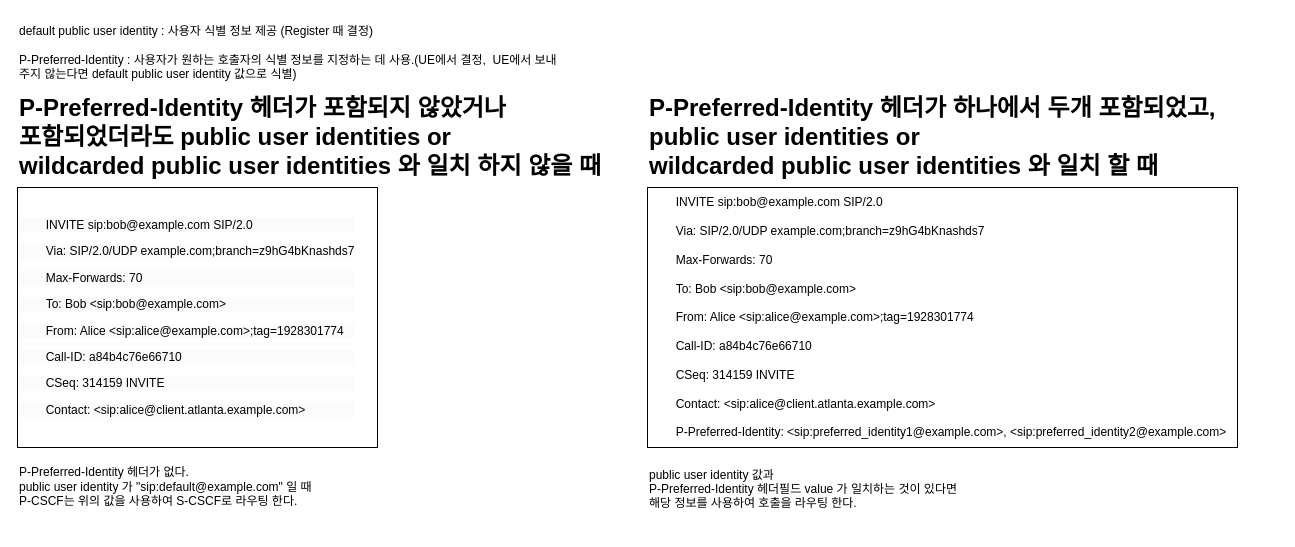
JaeHyeon774/NEWTIL keeps this draw.io diagram as 3gpp.24.229.i40.drawio. Above is the earlier version. Source tidied: cells renumbered, new cells numbered last; positions are measured from the earlier drawing's top-left corner, leaving out a move shared by most shapes. Both pictures are drawn from the tidied source at 100%, with x=0, y=0 at pixel (17, 17).
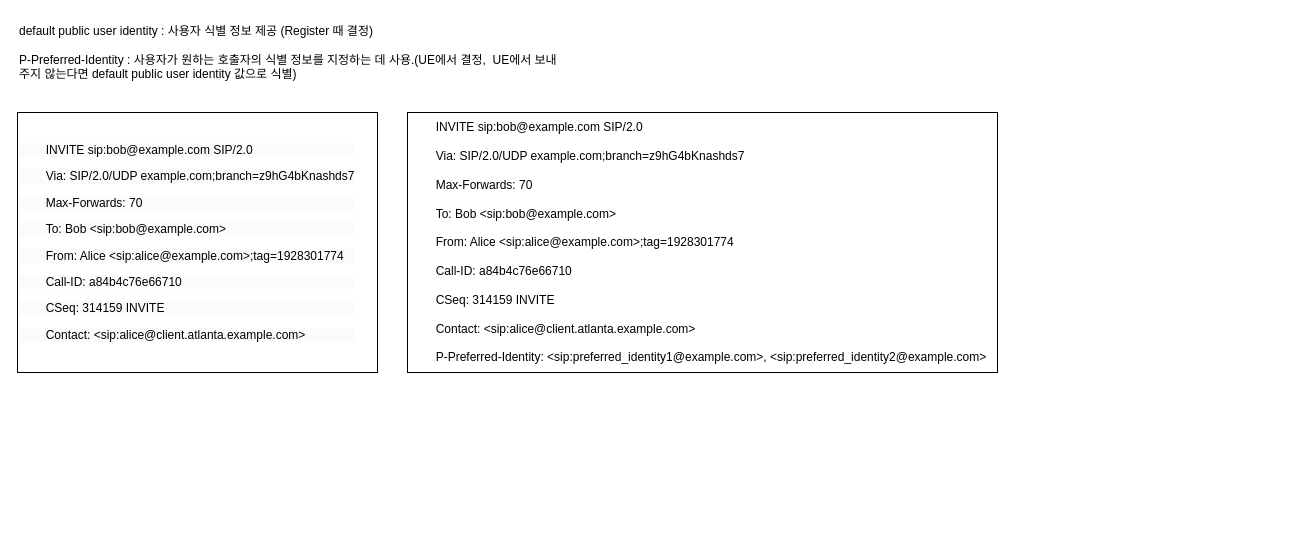
The same page after the edit.

The edit, as a diff of the source:
```diff
@@
 <mxGraphModel>
   <root>
     <mxCell id="0" />
     <mxCell id="1" parent="0" />
     <mxCell id="2" value="default public user identity :&amp;nbsp;사용자 식별 정보 제공 (Register 때 결정)&lt;div&gt;&lt;br&gt;&lt;div&gt;P-Preferred-Identity : 사용자가 원하는 호출자의 식별 정보를 지정하는 데 사용.(UE에서 결정,&amp;nbsp; UE에서 보내 주지 않는다면 default public user identity 값으로 식별)&lt;/div&gt;&lt;/div&gt;" style="text;html=1;align=left;verticalAlign=middle;whiteSpace=wrap;rounded=0;" parent="1" vertex="1">
       <mxGeometry width="550" height="70" as="geometry" />
     </mxCell>
-    <mxCell id="3" style="group;" parent="1" vertex="1">
-      <mxGeometry y="70" width="630" height="440" as="geometry" />
-    </mxCell>
-    <mxCell id="4" value="&lt;h1 style=&quot;margin-top: 0px;&quot;&gt;P-Preferred-Identity 헤더가 포함되지 않았거나&lt;br&gt;포함되었더라도 public user identities or &lt;br&gt;wildcarded public user identities 와 일치 하지 않을 때&amp;nbsp;&amp;nbsp;&lt;/h1&gt;&lt;p&gt;&lt;span style=&quot;white-space: pre;&quot;&gt;&#9;&lt;/span&gt;&lt;br&gt;&lt;/p&gt;&lt;p&gt;&lt;span style=&quot;white-space: pre;&quot;&gt;&lt;span style=&quot;white-space: pre;&quot;&gt;&lt;span style=&quot;white-space: pre;&quot;&gt;&#9;&lt;/span&gt;&#9;&lt;/span&gt;&#9;&lt;/span&gt;&lt;br&gt;&lt;/p&gt;&lt;div&gt;&lt;br&gt;&lt;/div&gt;&lt;div&gt;&lt;br&gt;&lt;/div&gt;&lt;div&gt;&lt;br&gt;&lt;/div&gt;&lt;div&gt;&lt;br&gt;&lt;/div&gt;&lt;div&gt;&lt;br&gt;&lt;/div&gt;&lt;div&gt;&lt;br&gt;&lt;/div&gt;&lt;div&gt;&lt;br&gt;&lt;/div&gt;&lt;div&gt;&lt;br&gt;&lt;/div&gt;&lt;div&gt;&lt;br&gt;&lt;/div&gt;&lt;div&gt;&lt;br&gt;&lt;/div&gt;&lt;div&gt;&lt;br&gt;&lt;/div&gt;&lt;div&gt;&lt;br&gt;&lt;/div&gt;&lt;div&gt;&lt;br&gt;&lt;/div&gt;&lt;div&gt;&lt;br&gt;&lt;/div&gt;&lt;div&gt;&lt;br&gt;&lt;/div&gt;&lt;div&gt;P-Preferred-Identity 헤더가 없다.&lt;/div&gt;&lt;div&gt;public user identity 가 &quot;sip:default@example.com&quot; 일 때&lt;/div&gt;&lt;div&gt;P-CSCF는 위의 값을 사용하여 S-CSCF로 라우팅 한다.&amp;nbsp;&lt;/div&gt;" style="text;html=1;whiteSpace=wrap;overflow=hidden;rounded=0;" parent="3" vertex="1">
-      <mxGeometry width="630" height="440" as="geometry" />
-    </mxCell>
+    <mxCell id="8" value="&lt;div&gt;&lt;div&gt;&lt;span style=&quot;white-space: pre;&quot;&gt;&#9;&lt;/span&gt;INVITE sip:bob@example.com SIP/2.0&lt;/div&gt;&lt;div&gt;&lt;br&gt;&lt;/div&gt;&lt;div&gt;&lt;span style=&quot;white-space: pre;&quot;&gt;&#9;&lt;/span&gt;Via: SIP/2.0/UDP example.com;branch=z9hG4bKnashds7&lt;/div&gt;&lt;div&gt;&lt;br&gt;&lt;/div&gt;&lt;div&gt;&lt;span style=&quot;white-space: pre;&quot;&gt;&#9;&lt;/span&gt;Max-Forwards: 70&lt;/div&gt;&lt;div&gt;&lt;br&gt;&lt;/div&gt;&lt;div&gt;&lt;span style=&quot;white-space: pre;&quot;&gt;&#9;&lt;/span&gt;To: Bob &amp;lt;sip:bob@example.com&amp;gt;&lt;/div&gt;&lt;div&gt;&lt;br&gt;&lt;/div&gt;&lt;div&gt;&lt;span style=&quot;white-space: pre;&quot;&gt;&#9;&lt;/span&gt;From: Alice &amp;lt;sip:alice@example.com&amp;gt;;tag=1928301774&lt;/div&gt;&lt;div&gt;&lt;br&gt;&lt;/div&gt;&lt;div&gt;&lt;span style=&quot;white-space: pre;&quot;&gt;&#9;&lt;/span&gt;Call-ID: a84b4c76e66710&lt;/div&gt;&lt;div&gt;&lt;br&gt;&lt;/div&gt;&lt;div&gt;&lt;span style=&quot;white-space: pre;&quot;&gt;&#9;&lt;/span&gt;CSeq: 314159 INVITE&lt;/div&gt;&lt;div&gt;&lt;br&gt;&lt;/div&gt;&lt;div&gt;&lt;span style=&quot;white-space: pre;&quot;&gt;&#9;&lt;/span&gt;Contact: &amp;lt;sip:alice@client.atlanta.example.com&amp;gt;&lt;/div&gt;&lt;div&gt;&lt;br&gt;&lt;/div&gt;&lt;div&gt;&lt;span style=&quot;white-space: pre;&quot;&gt;&#9;&lt;/span&gt;P-Preferred-Identity: &amp;lt;sip:preferred_identity1@example.com&amp;gt;, &amp;lt;sip:preferred_identity2@example.com&amp;gt;&lt;/div&gt;&lt;/div&gt;" style="rounded=0;whiteSpace=wrap;html=1;align=left;" parent="1" vertex="1">
+      <mxGeometry x="390" y="95" width="590" height="260" as="geometry" />
+    </mxCell>
-    <mxCell id="5" value="&lt;br&gt;&lt;p style=&quot;forced-color-adjust: none; color: rgb(0, 0, 0); font-family: Helvetica; font-size: 12px; font-style: normal; font-variant-ligatures: normal; font-variant-caps: normal; font-weight: 400; letter-spacing: normal; orphans: 2; text-indent: 0px; text-transform: none; widows: 2; word-spacing: 0px; -webkit-text-stroke-width: 0px; white-space: normal; background-color: rgb(251, 251, 251); text-decoration-thickness: initial; text-decoration-style: initial; text-decoration-color: initial;&quot;&gt;&lt;span style=&quot;white-space: pre;&quot;&gt;&#9;&lt;/span&gt;INVITE sip:bob@example.com SIP/2.0&lt;/p&gt;&lt;p style=&quot;forced-color-adjust: none; color: rgb(0, 0, 0); font-family: Helvetica; font-size: 12px; font-style: normal; font-variant-ligatures: normal; font-variant-caps: normal; font-weight: 400; letter-spacing: normal; orphans: 2; text-indent: 0px; text-transform: none; widows: 2; word-spacing: 0px; -webkit-text-stroke-width: 0px; white-space: normal; background-color: rgb(251, 251, 251); text-decoration-thickness: initial; text-decoration-style: initial; text-decoration-color: initial;&quot;&gt;&lt;span style=&quot;white-space: pre;&quot;&gt;&#9;&lt;/span&gt;Via: SIP/2.0/UDP example.com;branch=z9hG4bKnashds7&lt;/p&gt;&lt;p style=&quot;forced-color-adjust: none; color: rgb(0, 0, 0); font-family: Helvetica; font-size: 12px; font-style: normal; font-variant-ligatures: normal; font-variant-caps: normal; font-weight: 400; letter-spacing: normal; orphans: 2; text-indent: 0px; text-transform: none; widows: 2; word-spacing: 0px; -webkit-text-stroke-width: 0px; white-space: normal; background-color: rgb(251, 251, 251); text-decoration-thickness: initial; text-decoration-style: initial; text-decoration-color: initial;&quot;&gt;&lt;span style=&quot;white-space: pre;&quot;&gt;&#9;&lt;/span&gt;Max-Forwards: 70&lt;/p&gt;&lt;p style=&quot;forced-color-adjust: none; color: rgb(0, 0, 0); font-family: Helvetica; font-size: 12px; font-style: normal; font-variant-ligatures: normal; font-variant-caps: normal; font-weight: 400; letter-spacing: normal; orphans: 2; text-indent: 0px; text-transform: none; widows: 2; word-spacing: 0px; -webkit-text-stroke-width: 0px; white-space: normal; background-color: rgb(251, 251, 251); text-decoration-thickness: initial; text-decoration-style: initial; text-decoration-color: initial;&quot;&gt;&lt;span style=&quot;white-space: pre;&quot;&gt;&#9;&lt;/span&gt;To: Bob &amp;lt;sip:bob@example.com&amp;gt;&lt;/p&gt;&lt;p style=&quot;forced-color-adjust: none; color: rgb(0, 0, 0); font-family: Helvetica; font-size: 12px; font-style: normal; font-variant-ligatures: normal; font-variant-caps: normal; font-weight: 400; letter-spacing: normal; orphans: 2; text-indent: 0px; text-transform: none; widows: 2; word-spacing: 0px; -webkit-text-stroke-width: 0px; white-space: normal; background-color: rgb(251, 251, 251); text-decoration-thickness: initial; text-decoration-style: initial; text-decoration-color: initial;&quot;&gt;&lt;span style=&quot;white-space: pre;&quot;&gt;&#9;&lt;/span&gt;From: Alice &amp;lt;sip:alice@example.com&amp;gt;;tag=1928301774&lt;/p&gt;&lt;p style=&quot;forced-color-adjust: none; color: rgb(0, 0, 0); font-family: Helvetica; font-size: 12px; font-style: normal; font-variant-ligatures: normal; font-variant-caps: normal; font-weight: 400; letter-spacing: normal; orphans: 2; text-indent: 0px; text-transform: none; widows: 2; word-spacing: 0px; -webkit-text-stroke-width: 0px; white-space: normal; background-color: rgb(251, 251, 251); text-decoration-thickness: initial; text-decoration-style: initial; text-decoration-color: initial;&quot;&gt;&lt;span style=&quot;white-space: pre;&quot;&gt;&#9;&lt;/span&gt;Call-ID: a84b4c76e66710&lt;/p&gt;&lt;p style=&quot;forced-color-adjust: none; color: rgb(0, 0, 0); font-family: Helvetica; font-size: 12px; font-style: normal; font-variant-ligatures: normal; font-variant-caps: normal; font-weight: 400; letter-spacing: normal; orphans: 2; text-indent: 0px; text-transform: none; widows: 2; word-spacing: 0px; -webkit-text-stroke-width: 0px; white-space: normal; background-color: rgb(251, 251, 251); text-decoration-thickness: initial; text-decoration-style: initial; text-decoration-color: initial;&quot;&gt;&lt;span style=&quot;white-space: pre;&quot;&gt;&#9;&lt;/span&gt;CSeq: 314159 INVITE&lt;/p&gt;&lt;p style=&quot;forced-color-adjust: none; color: rgb(0, 0, 0); font-family: Helvetica; font-size: 12px; font-style: normal; font-variant-ligatures: normal; font-variant-caps: normal; font-weight: 400; letter-spacing: normal; orphans: 2; text-indent: 0px; text-transform: none; widows: 2; word-spacing: 0px; -webkit-text-stroke-width: 0px; white-space: normal; background-color: rgb(251, 251, 251); text-decoration-thickness: initial; text-decoration-style: initial; text-decoration-color: initial;&quot;&gt;&lt;span style=&quot;white-space: pre;&quot;&gt;&#9;&lt;/span&gt;Contact: &amp;lt;sip:alice@client.atlanta.example.com&amp;gt;&lt;/p&gt;&lt;div&gt;&lt;br&gt;&lt;/div&gt;" style="rounded=0;whiteSpace=wrap;html=1;align=left;" parent="3" vertex="1">
-      <mxGeometry y="100" width="360" height="260" as="geometry" />
+    <mxCell id="5" value="&lt;br&gt;&lt;p style=&quot;forced-color-adjust: none; color: rgb(0, 0, 0); font-family: Helvetica; font-size: 12px; font-style: normal; font-variant-ligatures: normal; font-variant-caps: normal; font-weight: 400; letter-spacing: normal; orphans: 2; text-indent: 0px; text-transform: none; widows: 2; word-spacing: 0px; -webkit-text-stroke-width: 0px; white-space: normal; background-color: rgb(251, 251, 251); text-decoration-thickness: initial; text-decoration-style: initial; text-decoration-color: initial;&quot;&gt;&lt;span style=&quot;white-space: pre;&quot;&gt;&#9;&lt;/span&gt;INVITE sip:bob@example.com SIP/2.0&lt;/p&gt;&lt;p style=&quot;forced-color-adjust: none; color: rgb(0, 0, 0); font-family: Helvetica; font-size: 12px; font-style: normal; font-variant-ligatures: normal; font-variant-caps: normal; font-weight: 400; letter-spacing: normal; orphans: 2; text-indent: 0px; text-transform: none; widows: 2; word-spacing: 0px; -webkit-text-stroke-width: 0px; white-space: normal; background-color: rgb(251, 251, 251); text-decoration-thickness: initial; text-decoration-style: initial; text-decoration-color: initial;&quot;&gt;&lt;span style=&quot;white-space: pre;&quot;&gt;&#9;&lt;/span&gt;Via: SIP/2.0/UDP example.com;branch=z9hG4bKnashds7&lt;/p&gt;&lt;p style=&quot;forced-color-adjust: none; color: rgb(0, 0, 0); font-family: Helvetica; font-size: 12px; font-style: normal; font-variant-ligatures: normal; font-variant-caps: normal; font-weight: 400; letter-spacing: normal; orphans: 2; text-indent: 0px; text-transform: none; widows: 2; word-spacing: 0px; -webkit-text-stroke-width: 0px; white-space: normal; background-color: rgb(251, 251, 251); text-decoration-thickness: initial; text-decoration-style: initial; text-decoration-color: initial;&quot;&gt;&lt;span style=&quot;white-space: pre;&quot;&gt;&#9;&lt;/span&gt;Max-Forwards: 70&lt;/p&gt;&lt;p style=&quot;forced-color-adjust: none; color: rgb(0, 0, 0); font-family: Helvetica; font-size: 12px; font-style: normal; font-variant-ligatures: normal; font-variant-caps: normal; font-weight: 400; letter-spacing: normal; orphans: 2; text-indent: 0px; text-transform: none; widows: 2; word-spacing: 0px; -webkit-text-stroke-width: 0px; white-space: normal; background-color: rgb(251, 251, 251); text-decoration-thickness: initial; text-decoration-style: initial; text-decoration-color: initial;&quot;&gt;&lt;span style=&quot;white-space: pre;&quot;&gt;&#9;&lt;/span&gt;To: Bob &amp;lt;sip:bob@example.com&amp;gt;&lt;/p&gt;&lt;p style=&quot;forced-color-adjust: none; color: rgb(0, 0, 0); font-family: Helvetica; font-size: 12px; font-style: normal; font-variant-ligatures: normal; font-variant-caps: normal; font-weight: 400; letter-spacing: normal; orphans: 2; text-indent: 0px; text-transform: none; widows: 2; word-spacing: 0px; -webkit-text-stroke-width: 0px; white-space: normal; background-color: rgb(251, 251, 251); text-decoration-thickness: initial; text-decoration-style: initial; text-decoration-color: initial;&quot;&gt;&lt;span style=&quot;white-space: pre;&quot;&gt;&#9;&lt;/span&gt;From: Alice &amp;lt;sip:alice@example.com&amp;gt;;tag=1928301774&lt;/p&gt;&lt;p style=&quot;forced-color-adjust: none; color: rgb(0, 0, 0); font-family: Helvetica; font-size: 12px; font-style: normal; font-variant-ligatures: normal; font-variant-caps: normal; font-weight: 400; letter-spacing: normal; orphans: 2; text-indent: 0px; text-transform: none; widows: 2; word-spacing: 0px; -webkit-text-stroke-width: 0px; white-space: normal; background-color: rgb(251, 251, 251); text-decoration-thickness: initial; text-decoration-style: initial; text-decoration-color: initial;&quot;&gt;&lt;span style=&quot;white-space: pre;&quot;&gt;&#9;&lt;/span&gt;Call-ID: a84b4c76e66710&lt;/p&gt;&lt;p style=&quot;forced-color-adjust: none; color: rgb(0, 0, 0); font-family: Helvetica; font-size: 12px; font-style: normal; font-variant-ligatures: normal; font-variant-caps: normal; font-weight: 400; letter-spacing: normal; orphans: 2; text-indent: 0px; text-transform: none; widows: 2; word-spacing: 0px; -webkit-text-stroke-width: 0px; white-space: normal; background-color: rgb(251, 251, 251); text-decoration-thickness: initial; text-decoration-style: initial; text-decoration-color: initial;&quot;&gt;&lt;span style=&quot;white-space: pre;&quot;&gt;&#9;&lt;/span&gt;CSeq: 314159 INVITE&lt;/p&gt;&lt;p style=&quot;forced-color-adjust: none; color: rgb(0, 0, 0); font-family: Helvetica; font-size: 12px; font-style: normal; font-variant-ligatures: normal; font-variant-caps: normal; font-weight: 400; letter-spacing: normal; orphans: 2; text-indent: 0px; text-transform: none; widows: 2; word-spacing: 0px; -webkit-text-stroke-width: 0px; white-space: normal; background-color: rgb(251, 251, 251); text-decoration-thickness: initial; text-decoration-style: initial; text-decoration-color: initial;&quot;&gt;&lt;span style=&quot;white-space: pre;&quot;&gt;&#9;&lt;/span&gt;Contact: &amp;lt;sip:alice@client.atlanta.example.com&amp;gt;&lt;/p&gt;&lt;div&gt;&lt;br&gt;&lt;/div&gt;" style="rounded=0;whiteSpace=wrap;html=1;align=left;" parent="1" vertex="1">
+      <mxGeometry y="95" width="360" height="260" as="geometry" />
     </mxCell>
-    <mxCell id="6" style="group;" parent="1" vertex="1">
-      <mxGeometry x="630" y="70" width="630" height="440" as="geometry" />
-    </mxCell>
-    <mxCell id="7" value="&lt;h1 style=&quot;margin-top: 0px;&quot;&gt;P-Preferred-Identity 헤더가 하나에서 두개 포함되었고,&lt;br&gt;public user identities or&lt;br&gt;wildcarded public user identities 와 일치 할 때&lt;span style=&quot;background-color: initial; font-size: 12px; font-weight: normal; white-space: pre;&quot;&gt;&#9;&lt;/span&gt;&lt;/h1&gt;&lt;p&gt;&lt;span style=&quot;white-space: pre;&quot;&gt;&lt;span style=&quot;white-space: pre;&quot;&gt;&lt;span style=&quot;white-space: pre;&quot;&gt;&#9;&lt;/span&gt;&#9;&lt;/span&gt;&#9;&lt;/span&gt;&lt;br&gt;&lt;/p&gt;&lt;div&gt;&lt;br&gt;&lt;/div&gt;&lt;div&gt;&lt;br&gt;&lt;/div&gt;&lt;div&gt;&lt;br&gt;&lt;/div&gt;&lt;div&gt;&lt;br&gt;&lt;/div&gt;&lt;div&gt;&lt;br&gt;&lt;/div&gt;&lt;div&gt;&lt;br&gt;&lt;/div&gt;&lt;div&gt;&lt;br&gt;&lt;/div&gt;&lt;div&gt;&lt;br&gt;&lt;/div&gt;&lt;div&gt;&lt;br&gt;&lt;/div&gt;&lt;div&gt;&lt;br&gt;&lt;/div&gt;&lt;div&gt;&lt;br&gt;&lt;/div&gt;&lt;div&gt;&lt;br&gt;&lt;/div&gt;&lt;div&gt;&lt;br&gt;&lt;/div&gt;&lt;div&gt;&lt;br&gt;&lt;/div&gt;&lt;div&gt;&lt;br&gt;&lt;/div&gt;&lt;div&gt;&lt;br&gt;&lt;/div&gt;&lt;div&gt;&lt;br&gt;&lt;/div&gt;&lt;div&gt;public user identity 값과 &lt;br&gt;P-Preferred-Identity 헤더필드 value 가 일치하는 것이 있다면&lt;br&gt;해당 정보를 사용하여 호출을 라우팅 한다.&lt;/div&gt;" style="text;html=1;whiteSpace=wrap;overflow=hidden;rounded=0;" parent="6" vertex="1">
-      <mxGeometry width="630" height="440" as="geometry" />
-    </mxCell>
-    <mxCell id="8" value="&lt;div&gt;&lt;div&gt;&lt;span style=&quot;white-space: pre;&quot;&gt;&#9;&lt;/span&gt;INVITE sip:bob@example.com SIP/2.0&lt;/div&gt;&lt;div&gt;&lt;br&gt;&lt;/div&gt;&lt;div&gt;&lt;span style=&quot;white-space: pre;&quot;&gt;&#9;&lt;/span&gt;Via: SIP/2.0/UDP example.com;branch=z9hG4bKnashds7&lt;/div&gt;&lt;div&gt;&lt;br&gt;&lt;/div&gt;&lt;div&gt;&lt;span style=&quot;white-space: pre;&quot;&gt;&#9;&lt;/span&gt;Max-Forwards: 70&lt;/div&gt;&lt;div&gt;&lt;br&gt;&lt;/div&gt;&lt;div&gt;&lt;span style=&quot;white-space: pre;&quot;&gt;&#9;&lt;/span&gt;To: Bob &amp;lt;sip:bob@example.com&amp;gt;&lt;/div&gt;&lt;div&gt;&lt;br&gt;&lt;/div&gt;&lt;div&gt;&lt;span style=&quot;white-space: pre;&quot;&gt;&#9;&lt;/span&gt;From: Alice &amp;lt;sip:alice@example.com&amp;gt;;tag=1928301774&lt;/div&gt;&lt;div&gt;&lt;br&gt;&lt;/div&gt;&lt;div&gt;&lt;span style=&quot;white-space: pre;&quot;&gt;&#9;&lt;/span&gt;Call-ID: a84b4c76e66710&lt;/div&gt;&lt;div&gt;&lt;br&gt;&lt;/div&gt;&lt;div&gt;&lt;span style=&quot;white-space: pre;&quot;&gt;&#9;&lt;/span&gt;CSeq: 314159 INVITE&lt;/div&gt;&lt;div&gt;&lt;br&gt;&lt;/div&gt;&lt;div&gt;&lt;span style=&quot;white-space: pre;&quot;&gt;&#9;&lt;/span&gt;Contact: &amp;lt;sip:alice@client.atlanta.example.com&amp;gt;&lt;/div&gt;&lt;div&gt;&lt;br&gt;&lt;/div&gt;&lt;div&gt;&lt;span style=&quot;white-space: pre;&quot;&gt;&#9;&lt;/span&gt;P-Preferred-Identity: &amp;lt;sip:preferred_identity1@example.com&amp;gt;, &amp;lt;sip:preferred_identity2@example.com&amp;gt;&lt;/div&gt;&lt;/div&gt;" style="rounded=0;whiteSpace=wrap;html=1;align=left;" parent="6" vertex="1">
-      <mxGeometry y="100" width="590" height="260" as="geometry" />
-    </mxCell>
   </root>
 </mxGraphModel>
```
